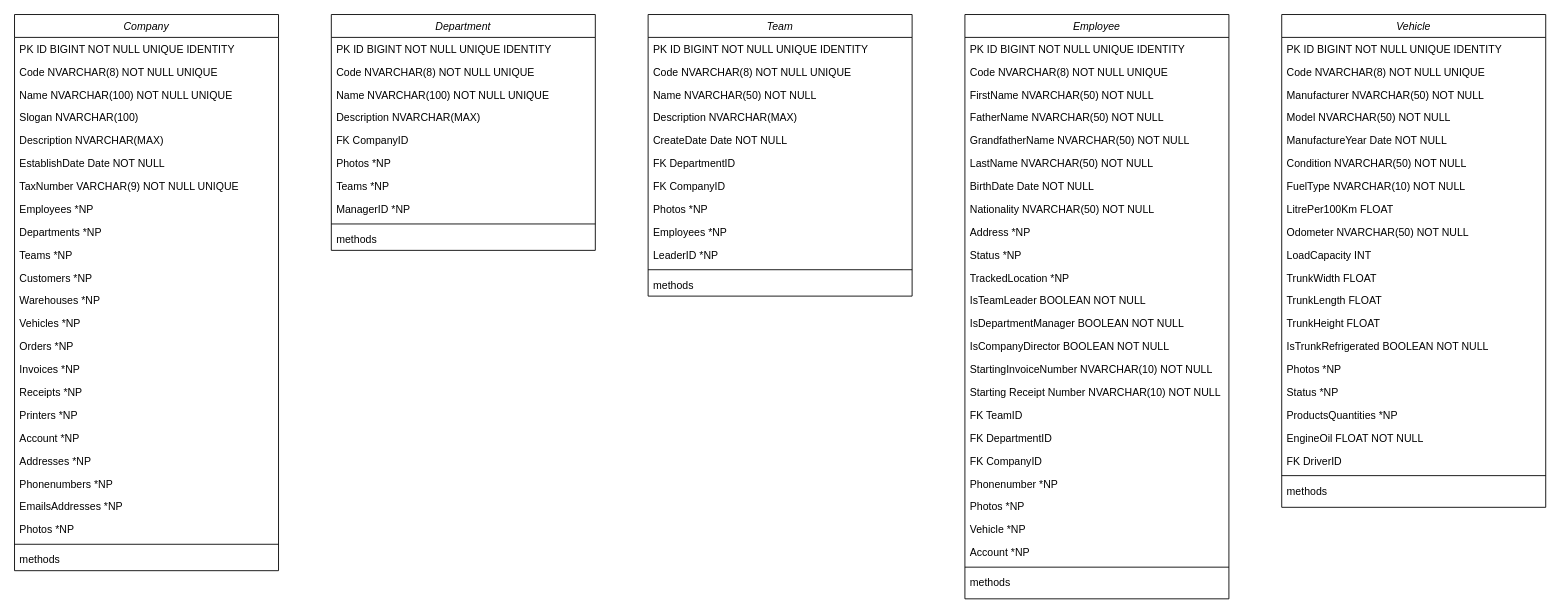
mjalbdour/mini_invoicer keeps this draw.io diagram as resources/diagrams/Class_Diagram.drawio. Above is the earlier version. Source tidied: cells renumbered, new cells numbered last; positions are measured from the earlier drawing's top-left corner, leaving out a move shared by most shapes. Both pictures are drawn from the tidied source at 88%, with x=0, y=0 at pixel (14, 14).
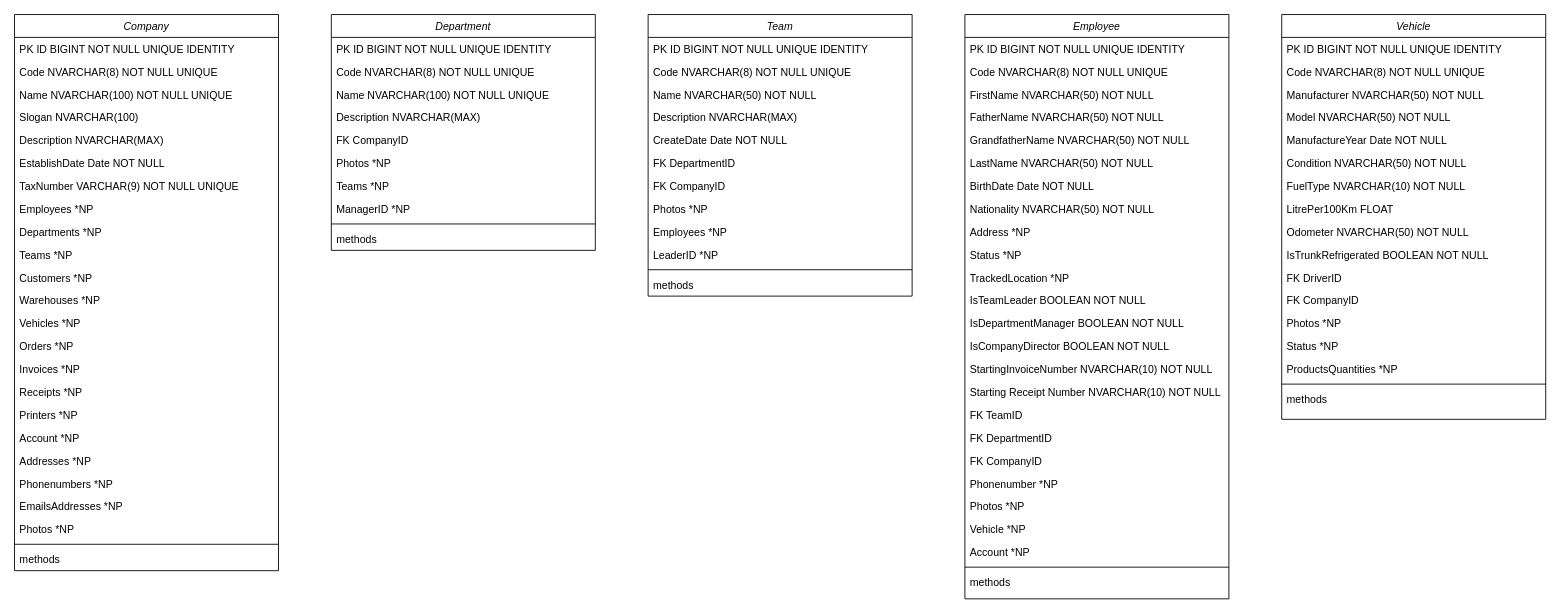
The same page after the edit.

Commit message:
removed load capacity/sizing from Vehicle Class

Diff of the diagram source:
```diff
@@
     <mxCell id="77" value="Vehicle" style="swimlane;fontStyle=2;align=center;verticalAlign=top;horizontal=1;startSize=26;rounded=0;shadow=0;strokeWidth=1;" parent="1" vertex="1">
-      <mxGeometry x="1440" width="300" height="560" as="geometry" />
+      <mxGeometry x="1440" width="300" height="460" as="geometry" />
     </mxCell>
@@
-    <mxCell id="87" value="LoadCapacity INT" style="text;align=left;verticalAlign=top;spacingLeft=4;spacingRight=4;overflow=hidden;rounded=0;shadow=0;html=0;" parent="77" vertex="1">
-      <mxGeometry y="260" width="300" height="26" as="geometry" />
-    </mxCell>
-    <mxCell id="88" value="TrunkWidth FLOAT" style="text;align=left;verticalAlign=top;spacingLeft=4;spacingRight=4;overflow=hidden;rounded=0;shadow=0;html=0;" parent="77" vertex="1">
-      <mxGeometry y="286" width="300" height="26" as="geometry" />
-    </mxCell>
-    <mxCell id="89" value="TrunkLength FLOAT" style="text;align=left;verticalAlign=top;spacingLeft=4;spacingRight=4;overflow=hidden;rounded=0;shadow=0;html=0;" parent="77" vertex="1">
-      <mxGeometry y="312" width="300" height="26" as="geometry" />
-    </mxCell>
-    <mxCell id="90" value="TrunkHeight FLOAT" style="text;align=left;verticalAlign=top;spacingLeft=4;spacingRight=4;overflow=hidden;rounded=0;shadow=0;html=0;" parent="77" vertex="1">
-      <mxGeometry y="338" width="300" height="26" as="geometry" />
-    </mxCell>
     <mxCell id="91" value="IsTrunkRefrigerated BOOLEAN NOT NULL" style="text;align=left;verticalAlign=top;spacingLeft=4;spacingRight=4;overflow=hidden;rounded=0;shadow=0;html=0;" parent="77" vertex="1">
-      <mxGeometry y="364" width="300" height="26" as="geometry" />
+      <mxGeometry y="260" width="300" height="26" as="geometry" />
     </mxCell>
+    <mxCell id="96" value="FK DriverID" style="text;align=left;verticalAlign=top;spacingLeft=4;spacingRight=4;overflow=hidden;rounded=0;shadow=0;html=0;" parent="77" vertex="1">
+      <mxGeometry y="286" width="300" height="26" as="geometry" />
+    </mxCell>
+    <mxCell id="99" value="FK CompanyID" style="text;align=left;verticalAlign=top;spacingLeft=4;spacingRight=4;overflow=hidden;rounded=0;shadow=0;html=0;" parent="77" vertex="1">
+      <mxGeometry y="312" width="300" height="26" as="geometry" />
+    </mxCell>
     <mxCell id="92" value="Photos *NP" style="text;align=left;verticalAlign=top;spacingLeft=4;spacingRight=4;overflow=hidden;rounded=0;shadow=0;html=0;" parent="77" vertex="1">
-      <mxGeometry y="390" width="300" height="26" as="geometry" />
+      <mxGeometry y="338" width="300" height="26" as="geometry" />
     </mxCell>
     <mxCell id="93" value="Status *NP" style="text;align=left;verticalAlign=top;spacingLeft=4;spacingRight=4;overflow=hidden;rounded=0;shadow=0;html=0;" parent="77" vertex="1">
-      <mxGeometry y="416" width="300" height="26" as="geometry" />
+      <mxGeometry y="364" width="300" height="26" as="geometry" />
     </mxCell>
     <mxCell id="94" value="ProductsQuantities *NP" style="text;align=left;verticalAlign=top;spacingLeft=4;spacingRight=4;overflow=hidden;rounded=0;shadow=0;html=0;" parent="77" vertex="1">
-      <mxGeometry y="442" width="300" height="26" as="geometry" />
+      <mxGeometry y="390" width="300" height="26" as="geometry" />
     </mxCell>
-    <mxCell id="95" value="EngineOil FLOAT NOT NULL" style="text;align=left;verticalAlign=top;spacingLeft=4;spacingRight=4;overflow=hidden;rounded=0;shadow=0;html=0;" parent="77" vertex="1">
-      <mxGeometry y="468" width="300" height="26" as="geometry" />
-    </mxCell>
-    <mxCell id="96" value="FK DriverID" style="text;align=left;verticalAlign=top;spacingLeft=4;spacingRight=4;overflow=hidden;rounded=0;shadow=0;html=0;" parent="77" vertex="1">
-      <mxGeometry y="494" width="300" height="26" as="geometry" />
-    </mxCell>
     <mxCell id="97" style="line;html=1;strokeWidth=1;align=left;verticalAlign=middle;spacingTop=-1;spacingLeft=3;spacingRight=3;labelPosition=right;" parent="77" vertex="1">
-      <mxGeometry y="520" width="300" height="8" as="geometry" />
+      <mxGeometry y="416" width="300" height="8" as="geometry" />
     </mxCell>
     <mxCell id="98" value="methods" style="text;align=left;verticalAlign=top;spacingLeft=4;spacingRight=4;overflow=hidden;" parent="77" vertex="1">
-      <mxGeometry y="528" width="300" height="26" as="geometry" />
+      <mxGeometry y="424" width="300" height="26" as="geometry" />
     </mxCell>
```
